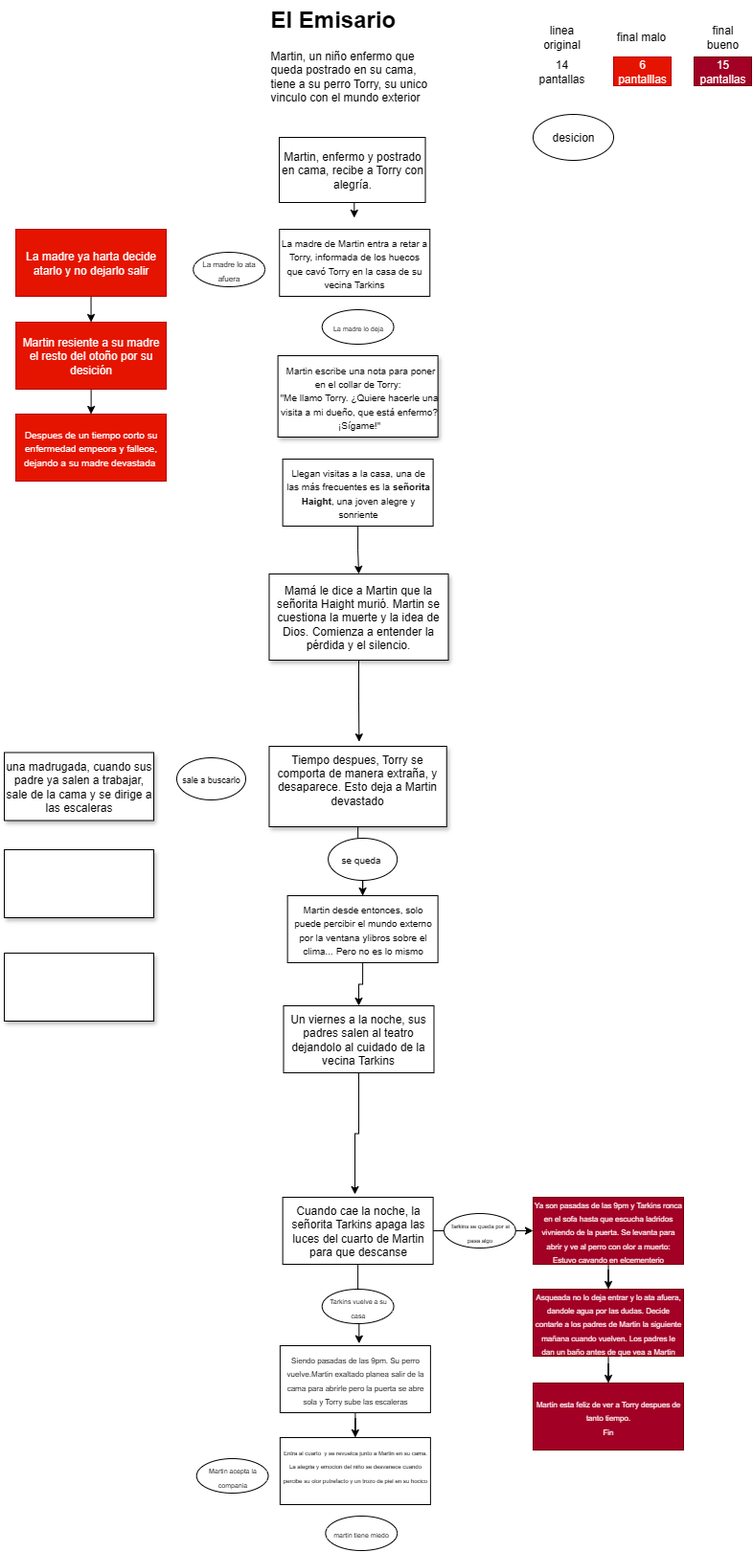
Above: Diagrama E Emisario.drawio.png in ro276/pmiw (draw.io), before the change. Source tidied: cells renumbered, new cells last; positions are measured from the earlier drawing's top-left corner, leaving out a move shared by most shapes.
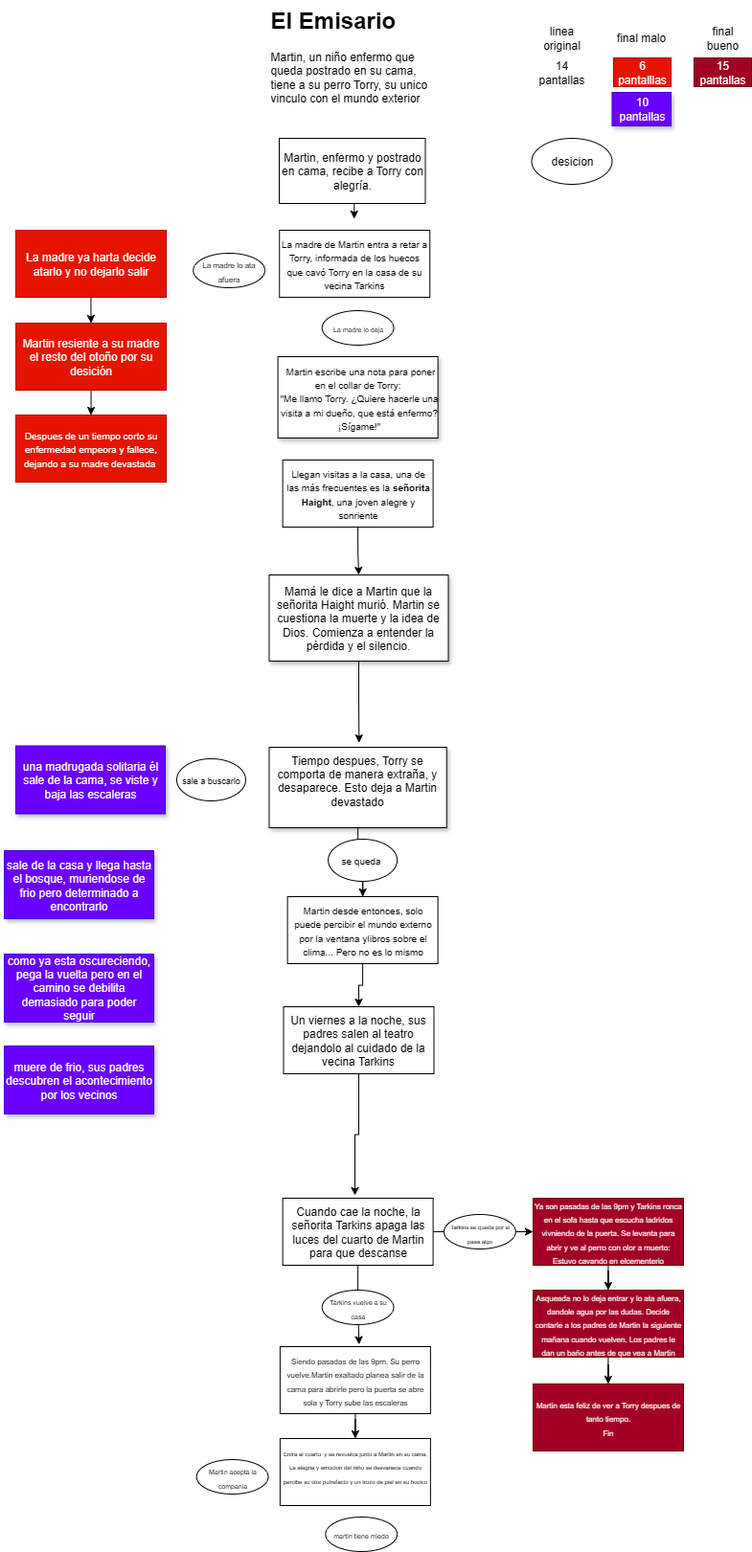
Above is the later version.

Diff of the diagram source:
```diff
@@ -137,7 +137,7 @@
       <mxGeometry x="331.8" y="1347" width="74.7" height="36" as="geometry" />
     </mxCell>
     <mxCell id="44" value="desicion" style="ellipse;whiteSpace=wrap;html=1;" parent="1" vertex="1">
-      <mxGeometry x="552" y="120" width="84" height="48" as="geometry" />
+      <mxGeometry x="550.5" y="144" width="84" height="48" as="geometry" />
     </mxCell>
     <mxCell id="45" value="&lt;font style=&quot;font-size: 9px;&quot;&gt;sale a buscarlo&lt;/font&gt;" style="ellipse;whiteSpace=wrap;html=1;" parent="1" vertex="1">
       <mxGeometry x="180" y="792" width="72" height="44" as="geometry" />
@@ -148,13 +148,13 @@
     <mxCell id="47" value="&lt;font size=&quot;1&quot;&gt;se queda&amp;nbsp;&lt;/font&gt;" style="ellipse;whiteSpace=wrap;html=1;" parent="1" vertex="1">
       <mxGeometry x="338.1" y="876" width="72" height="44" as="geometry" />
     </mxCell>
-    <mxCell id="48" value="&lt;div&gt;&lt;br&gt;&lt;/div&gt;" style="rounded=0;whiteSpace=wrap;html=1;shadow=1;" parent="1" vertex="1">
+    <mxCell id="48" value="&lt;div&gt;sale de la casa y llega hasta el bosque, muriendose de frio pero determinado a encontrarlo&lt;/div&gt;" style="rounded=0;whiteSpace=wrap;html=1;shadow=1;fillColor=#6a00ff;fontColor=#ffffff;strokeColor=#3700CC;" parent="1" vertex="1">
       <mxGeometry y="888" width="156" height="71" as="geometry" />
     </mxCell>
-    <mxCell id="49" value="&lt;div&gt;una madrugada, cuando sus padre ya salen a trabajar, sale de la cama y se dirige a las escaleras&lt;/div&gt;" style="rounded=0;whiteSpace=wrap;html=1;shadow=1;" parent="1" vertex="1">
-      <mxGeometry y="786.5" width="156" height="71" as="geometry" />
+    <mxCell id="49" value="&lt;div&gt;una madrugada solitaria él sale de la cama, se viste y baja las escaleras&lt;/div&gt;" style="rounded=0;whiteSpace=wrap;html=1;shadow=1;fillColor=#6a00ff;fontColor=#ffffff;strokeColor=#3700CC;" parent="1" vertex="1">
+      <mxGeometry x="12" y="778.5" width="156" height="71" as="geometry" />
     </mxCell>
-    <mxCell id="50" value="&lt;div&gt;&lt;br&gt;&lt;/div&gt;" style="rounded=0;whiteSpace=wrap;html=1;shadow=1;" parent="1" vertex="1">
+    <mxCell id="50" value="como ya esta oscureciendo, pega la vuelta pero en el camino se debilita demasiado para poder seguir" style="rounded=0;whiteSpace=wrap;html=1;shadow=1;fillColor=#6a00ff;fontColor=#ffffff;strokeColor=#3700CC;" parent="1" vertex="1">
       <mxGeometry y="996" width="156" height="71" as="geometry" />
     </mxCell>
     <mxCell id="51" value="&lt;span style=&quot;font-size: 7px;&quot;&gt;Martin acepta la compania&lt;/span&gt;" style="ellipse;whiteSpace=wrap;html=1;" parent="1" vertex="1">
@@ -163,5 +163,11 @@
     <mxCell id="52" value="&lt;span style=&quot;font-size: 7px;&quot;&gt;martin tiene miedo&lt;/span&gt;" style="ellipse;whiteSpace=wrap;html=1;" parent="1" vertex="1">
       <mxGeometry x="335.4" y="1584" width="74.7" height="36" as="geometry" />
     </mxCell>
+    <mxCell id="53" value="muere de frio, sus padres descubren el acontecimiento por los vecinos" style="rounded=0;whiteSpace=wrap;html=1;shadow=1;fillColor=#6a00ff;fontColor=#ffffff;strokeColor=#3700CC;" parent="1" vertex="1">
+      <mxGeometry y="1092" width="156" height="71" as="geometry" />
+    </mxCell>
+    <mxCell id="54" value="10&lt;div&gt;pantallas&lt;/div&gt;" style="rounded=0;whiteSpace=wrap;html=1;shadow=1;fillColor=#6a00ff;fontColor=#ffffff;strokeColor=#3700CC;" parent="1" vertex="1">
+      <mxGeometry x="634.5" y="96" width="61.5" height="35" as="geometry" />
+    </mxCell>
   </root>
 </mxGraphModel>
```
